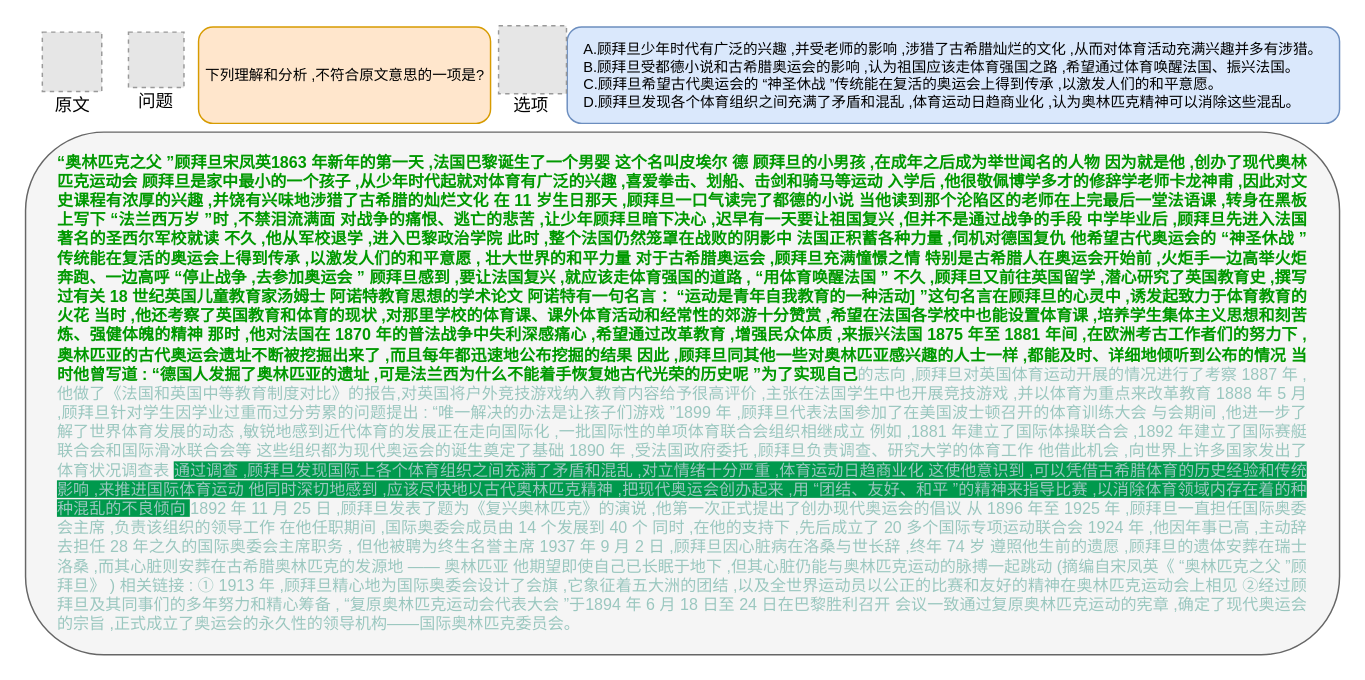
Earlier version of the draw.io diagram page "样例" (15 of 15) of research.drawio (Asimok/draw). Source tidied: cells renumbered, new cells numbered last; positions are measured from the earlier drawing's top-left corner, leaving out a move shared by most shapes. Both pictures are drawn from the tidied source at 146%, with x=0, y=0 at pixel (25, 25). Pictures stored in the file or linked from it are replaced by grey dashed boxes.
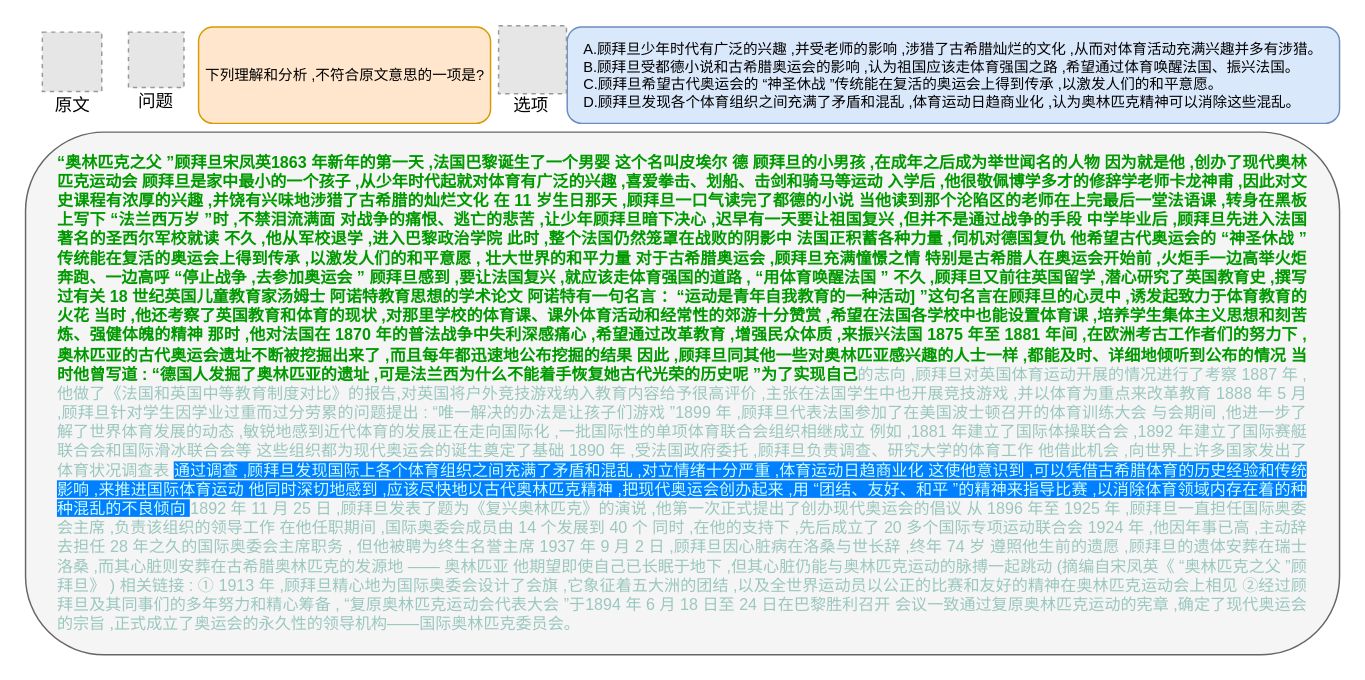
The same page after the edit.

The edit, as a diff of the source:
```diff
@@
 <mxGraphModel>
   <root>
     <mxCell id="0" />
     <mxCell id="1" parent="0" />
-    <mxCell id="2" value="&lt;div style=&quot;text-align: justify; font-size: 11px;&quot;&gt;&lt;font style=&quot;font-size: 11px;&quot;&gt;&lt;b&gt;&lt;font style=&quot;font-size: 11px;&quot; color=&quot;#009900&quot;&gt;“奥林匹克之父 ”顾拜旦宋凤英1863 年新年的第一天 ,法国巴黎诞生了一个男婴 这个名叫皮埃尔 德 顾拜旦的小男孩 ,在成年之后成为举世闻名的人物 因为就是他 ,创办了现代奥林匹克运动会 顾拜旦是家中最小的一个孩子 ,从少年时代起就对体育有广泛的兴趣 ,喜爱拳击、划船、击剑和骑马等运动 入学后 ,他很敬佩博学多才的修辞学老师卡龙神甫 ,因此对文史课程有浓厚的兴趣 ,并饶有兴味地涉猎了古希腊的灿烂文化 在 11 岁生日那天 ,顾拜旦一口气读完了都德的小说 当他读到那个沦陷区的老师在上完最后一堂法语课 ,转身在黑板上写下 “法兰西万岁 ”时 ,不禁泪流满面 对战争的痛恨、逃亡的悲苦 ,让少年顾拜旦暗下决心 ,迟早有一天要让祖国复兴 ,但并不是通过战争的手段 中学毕业后 ,顾拜旦先进入法国著名的圣西尔军校就读 不久 ,他从军校退学 ,进入巴黎政治学院 此时 ,整个法国仍然笼罩在战败的阴影中 法国正积蓄各种力量 ,伺机对德国复仇 他希望古代奥运会的 “神圣休战 ”传统能在复活的奥运会上得到传承 ,以激发人们的和平意愿 , 壮大世界的和平力量 对于古希腊奥运会 ,顾拜旦充满憧憬之情 特别是古希腊人在奥运会开始前 ,火炬手一边高举火炬奔跑、一边高呼 “停止战争 ,去参加奥运会 ” 顾拜旦感到 ,要让法国复兴 ,就应该走体育强国的道路 , “用体育唤醒法国 ” 不久 ,顾拜旦又前往英国留学 ,潜心研究了英国教育史 ,撰写过有关 18 世纪英国儿童教育家汤姆士 阿诺特教育思想的学术论文 阿诺特有一句名言 ：“运动是青年自我教育的一种活动] ”这句名言在顾拜旦的心灵中 ,诱发起致力于体育教育的火花 当时 ,他还考察了英国教育和体育的现状 ,对那里学校的体育课、课外体育活动和经常性的郊游十分赞赏 ,希望在法国各学校中也能设置体育课 ,培养学生集体主义思想和刻苦炼、强健体魄的精神 那时 ,他对法国在 1870 年的普法战争中失利深感痛心 ,希望通过改革教育 ,增强民众体质 ,来振兴法国 1875 年至 1881 年间 ,在欧洲考古工作者们的努力下 ,奥林匹亚的古代奥运会遗址不断被挖掘出来了 ,而且每年都迅速地公布挖掘的结果 因此 ,顾拜旦同其他一些对奥林匹亚感兴趣的人士一样 ,都能及时、详细地倾听到公布的情况 当时他曾写道 : “德国人发掘了奥林匹亚的遗址 ,可是法兰西为什么不能着手恢复她古代光荣的历史呢 ”为了实现自己&lt;/font&gt;&lt;/b&gt;&lt;font style=&quot;font-size: 11px;&quot; color=&quot;#9ac7bf&quot;&gt;的志向 ,顾拜旦对英国体育运动开展的情况进行了考察 1887 年 ,他做了《法国和英国中等教育制度对比》的报告,对英国将户外竞技游戏纳入教育内容给予很高评价 ,主张在法国学生中也开展竞技游戏 ,并以体育为重点来改革教育 1888 年 5 月 ,顾拜旦针对学生因学业过重而过分劳累的问题提出 : “唯一解决的办法是让孩子们游戏 ”1899 年 ,顾拜旦代表法国参加了在美国波士顿召开的体育训练大会 与会期间 ,他进一步了解了世界体育发展的动态 ,敏锐地感到近代体育的发展正在走向国际化 ,一批国际性的单项体育联合会组织相继成立 例如 ,1881 年建立了国际体操联合会 ,1892 年建立了国际赛艇联合会和国际滑冰联合会等 这些组织都为现代奥运会的诞生奠定了基础 1890 年 ,受法国政府委托 ,顾拜旦负责调查、研究大学的体育工作 他借此机会 ,向世界上许多国家发出了体育状况调查表 &lt;span style=&quot;background-color: rgb(0, 153, 77);&quot;&gt;通过调查 ,顾拜旦发现国际上各个体育组织之间充满了矛盾和混乱 ,对立情绪十分严重 ,体育运动日趋商业化 这使他意识到 ,可以凭借古希腊体育的历史经验和传统影响 ,来推进国际体育运动 他同时深切地感到 ,应该尽快地以古代奥林匹克精神 ,把现代奥运会创办起来 ,用 “团结、友好、和平 ”的精神来指导比赛 ,以消除体育领域内存在着的种种混乱的不良倾向 &lt;/span&gt;1892 年 11 月 25 日 ,顾拜旦发表了题为《复兴奥林匹克》的演说 ,他第一次正式提出了创办现代奥运会的倡议 从 1896 年至 1925 年 ,顾拜旦一直担任国际奥委会主席 ,负责该组织的领导工作 在他任职期间 ,国际奥委会成员由 14 个发展到 40 个 同时 ,在他的支持下 ,先后成立了 20 多个国际专项运动联合会 1924 年 ,他因年事已高 ,主动辞去担任 28 年之久的国际奥委会主席职务 , 但他被聘为终生名誉主席 1937 年 9 月 2 日 ,顾拜旦因心脏病在洛桑与世长辞 ,终年 74 岁 遵照他生前的遗愿 ,顾拜旦的遗体安葬在瑞士洛桑 ,而其心脏则安葬在古希腊奥林匹克的发源地 —— 奥林匹亚 他期望即使自己已长眠于地下 ,但其心脏仍能与奥林匹克运动的脉搏一起跳动 (摘编自宋凤英《 “奥林匹克之父 ”顾拜旦》 ) 相关链接 : ① 1913 年 ,顾拜旦精心地为国际奥委会设计了会旗 ,它象征着五大洲的团结 ,以及全世界运动员以公正的比赛和友好的精神在奥林匹克运动会上相见 ②经过顾拜旦及其同事们的多年努力和精心筹备 , “复原奥林匹克运动会代表大会 ”于1894 年 6 月 18 日至 24 日在巴黎胜利召开 会议一致通过复原奥林匹克运动的宪章 ,确定了现代奥运会的宗旨 ,正式成立了奥运会的永久性的领导机构——国际奥林匹克委员会。&lt;/font&gt;&lt;/font&gt;&lt;br&gt;&lt;/div&gt;" style="rounded=1;whiteSpace=wrap;html=1;spacingLeft=5;spacingRight=5;fillColor=#f5f5f5;strokeColor=#666666;spacing=18;spacingBottom=5;spacingTop=5;fontColor=#333333;" parent="1" vertex="1">
+    <mxCell id="2" value="&lt;div style=&quot;text-align: justify; font-size: 11px;&quot;&gt;&lt;font style=&quot;font-size: 11px;&quot;&gt;&lt;b&gt;&lt;font style=&quot;font-size: 11px;&quot; color=&quot;#009900&quot;&gt;“奥林匹克之父 ”顾拜旦宋凤英1863 年新年的第一天 ,法国巴黎诞生了一个男婴 这个名叫皮埃尔 德 顾拜旦的小男孩 ,在成年之后成为举世闻名的人物 因为就是他 ,创办了现代奥林匹克运动会 顾拜旦是家中最小的一个孩子 ,从少年时代起就对体育有广泛的兴趣 ,喜爱拳击、划船、击剑和骑马等运动 入学后 ,他很敬佩博学多才的修辞学老师卡龙神甫 ,因此对文史课程有浓厚的兴趣 ,并饶有兴味地涉猎了古希腊的灿烂文化 在 11 岁生日那天 ,顾拜旦一口气读完了都德的小说 当他读到那个沦陷区的老师在上完最后一堂法语课 ,转身在黑板上写下 “法兰西万岁 ”时 ,不禁泪流满面 对战争的痛恨、逃亡的悲苦 ,让少年顾拜旦暗下决心 ,迟早有一天要让祖国复兴 ,但并不是通过战争的手段 中学毕业后 ,顾拜旦先进入法国著名的圣西尔军校就读 不久 ,他从军校退学 ,进入巴黎政治学院 此时 ,整个法国仍然笼罩在战败的阴影中 法国正积蓄各种力量 ,伺机对德国复仇 他希望古代奥运会的 “神圣休战 ”传统能在复活的奥运会上得到传承 ,以激发人们的和平意愿 , 壮大世界的和平力量 对于古希腊奥运会 ,顾拜旦充满憧憬之情 特别是古希腊人在奥运会开始前 ,火炬手一边高举火炬奔跑、一边高呼 “停止战争 ,去参加奥运会 ” 顾拜旦感到 ,要让法国复兴 ,就应该走体育强国的道路 , “用体育唤醒法国 ” 不久 ,顾拜旦又前往英国留学 ,潜心研究了英国教育史 ,撰写过有关 18 世纪英国儿童教育家汤姆士 阿诺特教育思想的学术论文 阿诺特有一句名言 ：“运动是青年自我教育的一种活动] ”这句名言在顾拜旦的心灵中 ,诱发起致力于体育教育的火花 当时 ,他还考察了英国教育和体育的现状 ,对那里学校的体育课、课外体育活动和经常性的郊游十分赞赏 ,希望在法国各学校中也能设置体育课 ,培养学生集体主义思想和刻苦炼、强健体魄的精神 那时 ,他对法国在 1870 年的普法战争中失利深感痛心 ,希望通过改革教育 ,增强民众体质 ,来振兴法国 1875 年至 1881 年间 ,在欧洲考古工作者们的努力下 ,奥林匹亚的古代奥运会遗址不断被挖掘出来了 ,而且每年都迅速地公布挖掘的结果 因此 ,顾拜旦同其他一些对奥林匹亚感兴趣的人士一样 ,都能及时、详细地倾听到公布的情况 当时他曾写道 : “德国人发掘了奥林匹亚的遗址 ,可是法兰西为什么不能着手恢复她古代光荣的历史呢 ”为了实现自己&lt;/font&gt;&lt;/b&gt;&lt;font style=&quot;font-size: 11px;&quot;&gt;&lt;font color=&quot;#9ac7bf&quot;&gt;的志向 ,顾拜旦对英国体育运动开展的情况进行了考察 1887 年 ,他做了《法国和英国中等教育制度对比》的报告,对英国将户外竞技游戏纳入教育内容给予很高评价 ,主张在法国学生中也开展竞技游戏 ,并以体育为重点来改革教育 1888 年 5 月 ,顾拜旦针对学生因学业过重而过分劳累的问题提出 : “唯一解决的办法是让孩子们游戏 ”1899 年 ,顾拜旦代表法国参加了在美国波士顿召开的体育训练大会 与会期间 ,他进一步了解了世界体育发展的动态 ,敏锐地感到近代体育的发展正在走向国际化 ,一批国际性的单项体育联合会组织相继成立 例如 ,1881 年建立了国际体操联合会 ,1892 年建立了国际赛艇联合会和国际滑冰联合会等 这些组织都为现代奥运会的诞生奠定了基础 1890 年 ,受法国政府委托 ,顾拜旦负责调查、研究大学的体育工作 他借此机会 ,向世界上许多国家发出了体育状况调查表 &lt;/font&gt;&lt;font color=&quot;#ccffff&quot; style=&quot;background-color: rgb(0, 127, 255);&quot;&gt;通过调查 ,顾拜旦发现国际上各个体育组织之间充满了矛盾和混乱 ,对立情绪十分严重 ,体育运动日趋商业化 这使他意识到 ,可以凭借古希腊体育的历史经验和传统影响 ,来推进国际体育运动 他同时深切地感到 ,应该尽快地以古代奥林匹克精神 ,把现代奥运会创办起来 ,用 “团结、友好、和平 ”的精神来指导比赛 ,以消除体育领域内存在着的种种混乱的不良倾向 &lt;/font&gt;&lt;font color=&quot;#9ac7bf&quot;&gt;1892 年 11 月 25 日 ,顾拜旦发表了题为《复兴奥林匹克》的演说 ,他第一次正式提出了创办现代奥运会的倡议 从 1896 年至 1925 年 ,顾拜旦一直担任国际奥委会主席 ,负责该组织的领导工作 在他任职期间 ,国际奥委会成员由 14 个发展到 40 个 同时 ,在他的支持下 ,先后成立了 20 多个国际专项运动联合会 1924 年 ,他因年事已高 ,主动辞去担任 28 年之久的国际奥委会主席职务 , 但他被聘为终生名誉主席 1937 年 9 月 2 日 ,顾拜旦因心脏病在洛桑与世长辞 ,终年 74 岁 遵照他生前的遗愿 ,顾拜旦的遗体安葬在瑞士洛桑 ,而其心脏则安葬在古希腊奥林匹克的发源地 —— 奥林匹亚 他期望即使自己已长眠于地下 ,但其心脏仍能与奥林匹克运动的脉搏一起跳动 (摘编自宋凤英《 “奥林匹克之父 ”顾拜旦》 ) 相关链接 : ① 1913 年 ,顾拜旦精心地为国际奥委会设计了会旗 ,它象征着五大洲的团结 ,以及全世界运动员以公正的比赛和友好的精神在奥林匹克运动会上相见 ②经过顾拜旦及其同事们的多年努力和精心筹备 , “复原奥林匹克运动会代表大会 ”于1894 年 6 月 18 日至 24 日在巴黎胜利召开 会议一致通过复原奥林匹克运动的宪章 ,确定了现代奥运会的宗旨 ,正式成立了奥运会的永久性的领导机构——国际奥林匹克委员会。&lt;/font&gt;&lt;/font&gt;&lt;/font&gt;&lt;br&gt;&lt;/div&gt;" style="rounded=1;whiteSpace=wrap;html=1;spacingLeft=5;spacingRight=5;fillColor=#f5f5f5;strokeColor=#666666;spacing=18;spacingBottom=5;spacingTop=5;fontColor=#333333;" parent="1" vertex="1">
       <mxGeometry y="73" width="900" height="358" as="geometry" />
     </mxCell>
     <mxCell id="3" value="原文" style="text;html=1;align=center;verticalAlign=middle;strokeColor=none;fillColor=none;" parent="1" vertex="1">
       <mxGeometry x="6.9" y="40" width="50" height="30" as="geometry" />
     </mxCell>
     <mxCell id="4" value="&lt;font style=&quot;font-size: 10px;&quot;&gt;下列理解和分析 ,不符合原文意思的一项是?&lt;/font&gt;" style="rounded=1;whiteSpace=wrap;html=1;fillColor=#ffe6cc;strokeColor=#d79b00;" parent="1" vertex="1">
       <mxGeometry x="118.5" y="1" width="200" height="66" as="geometry" />
     </mxCell>
     <mxCell id="5" value="&lt;div style=&quot;text-align: justify; font-size: 10px;&quot;&gt;&lt;font style=&quot;font-size: 10px;&quot;&gt;A.顾拜旦少年时代有广泛的兴趣 ,并受老师的影响 ,涉猎了古希腊灿烂的文化 ,从而对体育活动充满兴趣并多有涉猎。&lt;/font&gt;&lt;/div&gt;&lt;div style=&quot;text-align: justify; font-size: 10px;&quot;&gt;&lt;font style=&quot;font-size: 10px;&quot;&gt;B.顾拜旦受都德小说和古希腊奥运会的影响 ,认为祖国应该走体育强国之路 ,希望通过体育唤醒法国、振兴法国。&lt;/font&gt;&lt;/div&gt;&lt;div style=&quot;text-align: justify; font-size: 10px;&quot;&gt;&lt;font style=&quot;font-size: 10px;&quot;&gt;C.顾拜旦希望古代奥运会的 “神圣休战 ”传统能在复活的奥运会上得到传承 ,以激发人们的和平意愿。&lt;/font&gt;&lt;/div&gt;&lt;div style=&quot;text-align: justify; font-size: 10px;&quot;&gt;&lt;font style=&quot;font-size: 10px;&quot;&gt;D.顾拜旦发现各个体育组织之间充满了矛盾和混乱 ,体育运动日趋商业化 ,认为奥林匹克精神可以消除这些混乱。&lt;/font&gt;&lt;/div&gt;" style="rounded=1;whiteSpace=wrap;html=1;spacingTop=0;fillColor=#dae8fc;strokeColor=#6c8ebf;" parent="1" vertex="1">
       <mxGeometry x="371" y="1" width="529" height="66" as="geometry" />
     </mxCell>
     <mxCell id="6" value="问题" style="text;html=1;align=center;verticalAlign=middle;strokeColor=none;fillColor=none;" parent="1" vertex="1">
       <mxGeometry x="63.5" y="37" width="50" height="30" as="geometry" />
     </mxCell>
     <mxCell id="7" value="选项" style="text;html=1;align=center;verticalAlign=middle;strokeColor=none;fillColor=none;" parent="1" vertex="1">
       <mxGeometry x="320.5" y="40" width="50" height="30" as="geometry" />
     </mxCell>
     <mxCell id="8" style="fillColor=#E6E6E6;strokeColor=#999999;dashed=1;verticalLabelPosition=bottom;labelBackgroundColor=default;verticalAlign=top;" parent="1" vertex="1">
       <mxGeometry x="70.5" y="4.5" width="38" height="38" as="geometry" />
     </mxCell>
     <mxCell id="9" style="fillColor=#E6E6E6;strokeColor=#999999;dashed=1;verticalLabelPosition=bottom;labelBackgroundColor=default;verticalAlign=top;" parent="1" vertex="1">
       <mxGeometry x="324" y="0.2" width="46.5" height="46.5" as="geometry" />
     </mxCell>
     <mxCell id="10" style="fillColor=#E6E6E6;strokeColor=#999999;dashed=1;verticalLabelPosition=bottom;labelBackgroundColor=default;verticalAlign=top;" parent="1" vertex="1">
       <mxGeometry x="11.5" y="4.5" width="40.7" height="40.7" as="geometry" />
     </mxCell>
   </root>
 </mxGraphModel>
```
